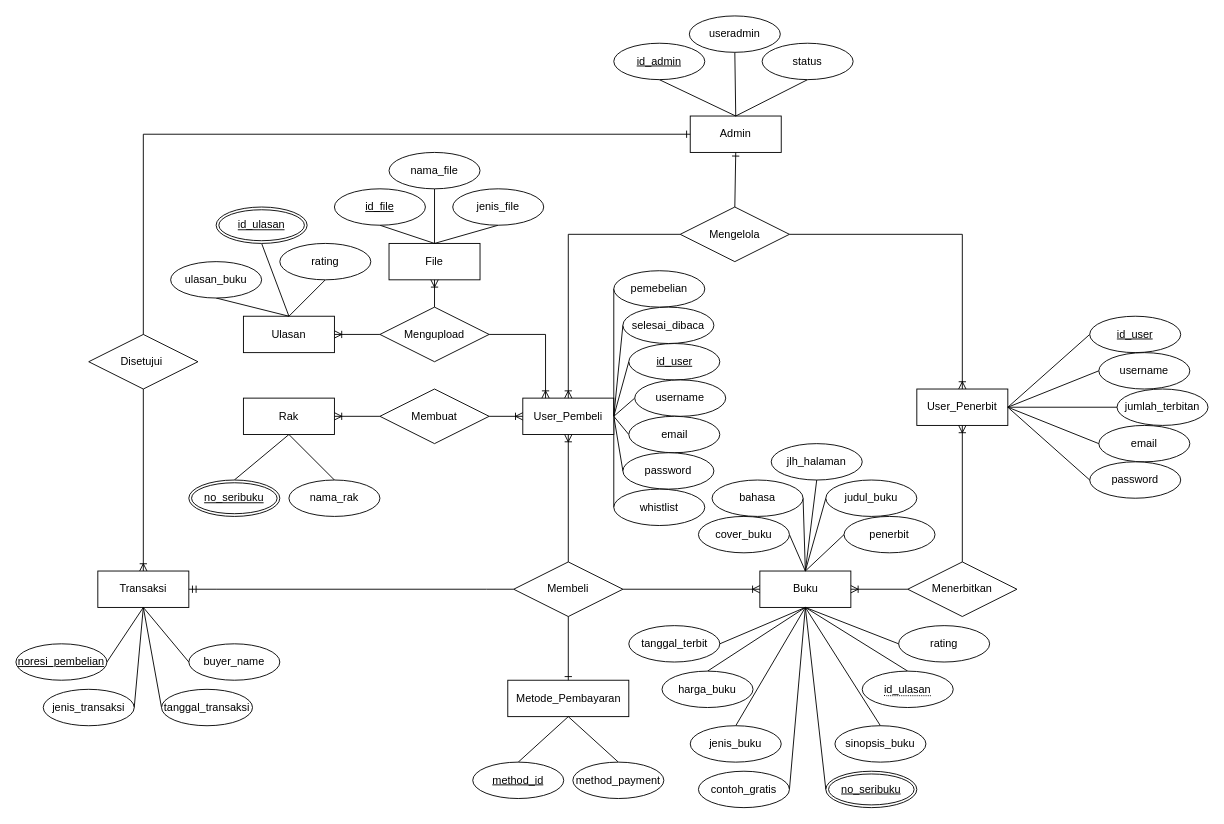
febrizuladhari/PlayBooks keeps this draw.io diagram as ERD.drawio. Above is the earlier version. Source tidied: cells renumbered, new cells numbered last; positions are measured from the earlier drawing's top-left corner, leaving out a move shared by most shapes. Both pictures are drawn from the tidied source at 91%, with x=0, y=0 at pixel (15, 15).
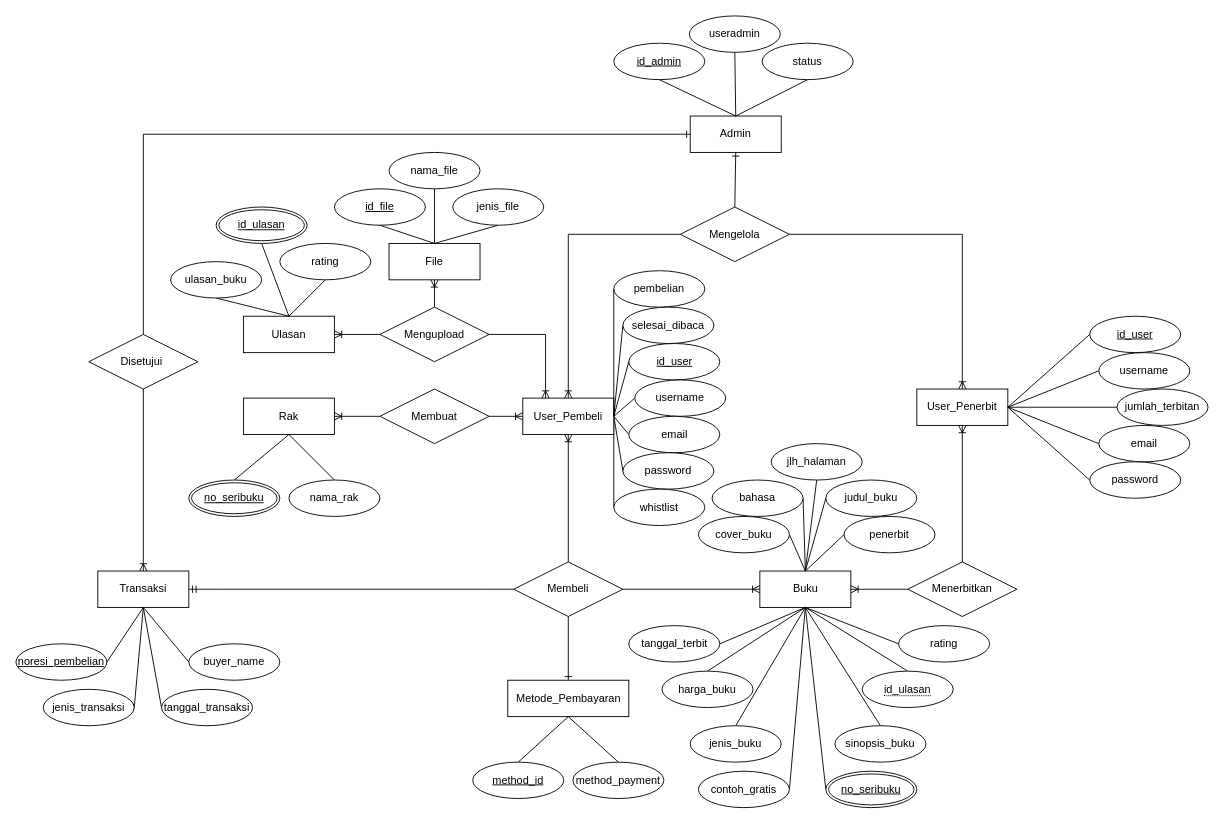
Above is the later version.

Diff of the diagram source:
```diff
@@
-    <mxCell id="111" value="pemebelian" style="ellipse;whiteSpace=wrap;html=1;align=center;fontFamily=Helvetica;fontSize=12;fontColor=default;startSize=30;strokeColor=default;fillColor=default;" parent="1" vertex="1">
+    <mxCell id="111" value="pembelian" style="ellipse;whiteSpace=wrap;html=1;align=center;fontFamily=Helvetica;fontSize=12;fontColor=default;startSize=30;strokeColor=default;fillColor=default;" parent="1" vertex="1">
       <mxGeometry x="657" y="280" width="100" height="40" as="geometry" />
     </mxCell>
```
